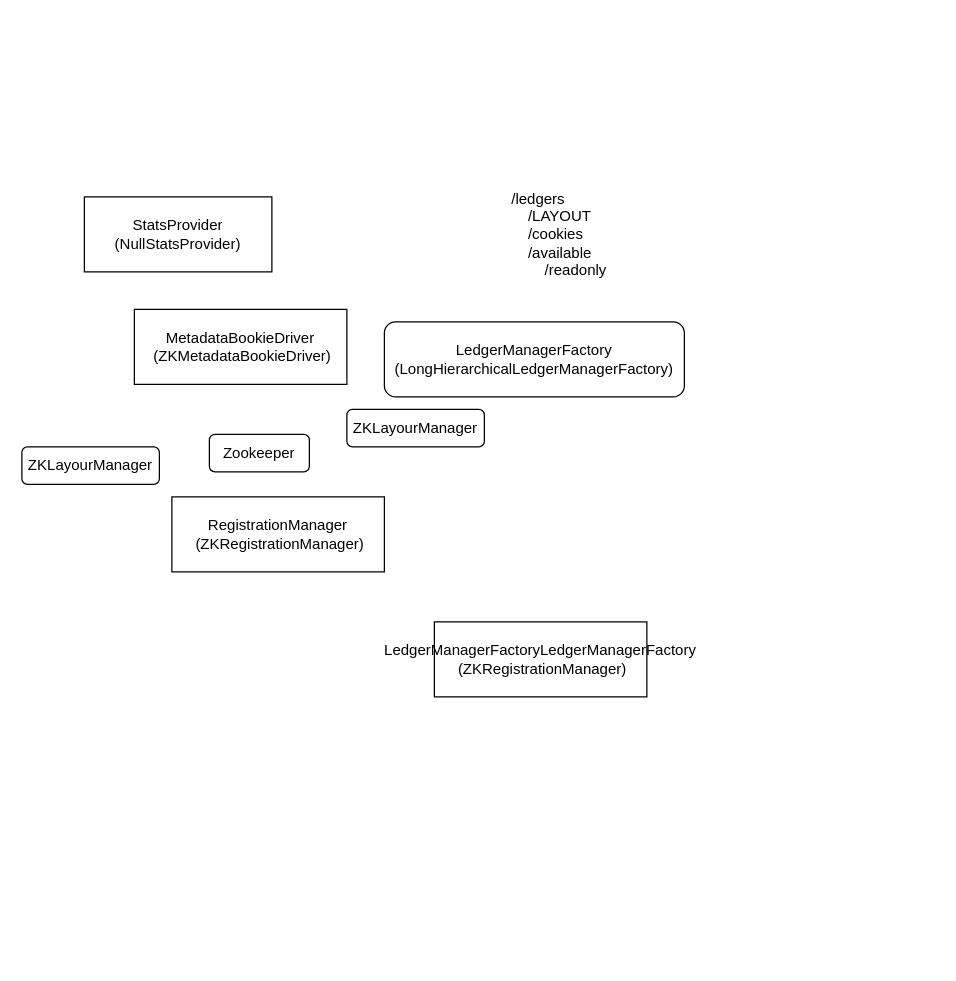
This is Untitled Diagram.drawio from Reidddddd/drawing, a draw.io file, before an edit. Source tidied: cells renumbered, new cells numbered last; positions are measured from the earlier drawing's top-left corner, leaving out a move shared by most shapes. Both pictures are drawn from the tidied source at 125%, with x=0, y=0 at pixel (21, 21).
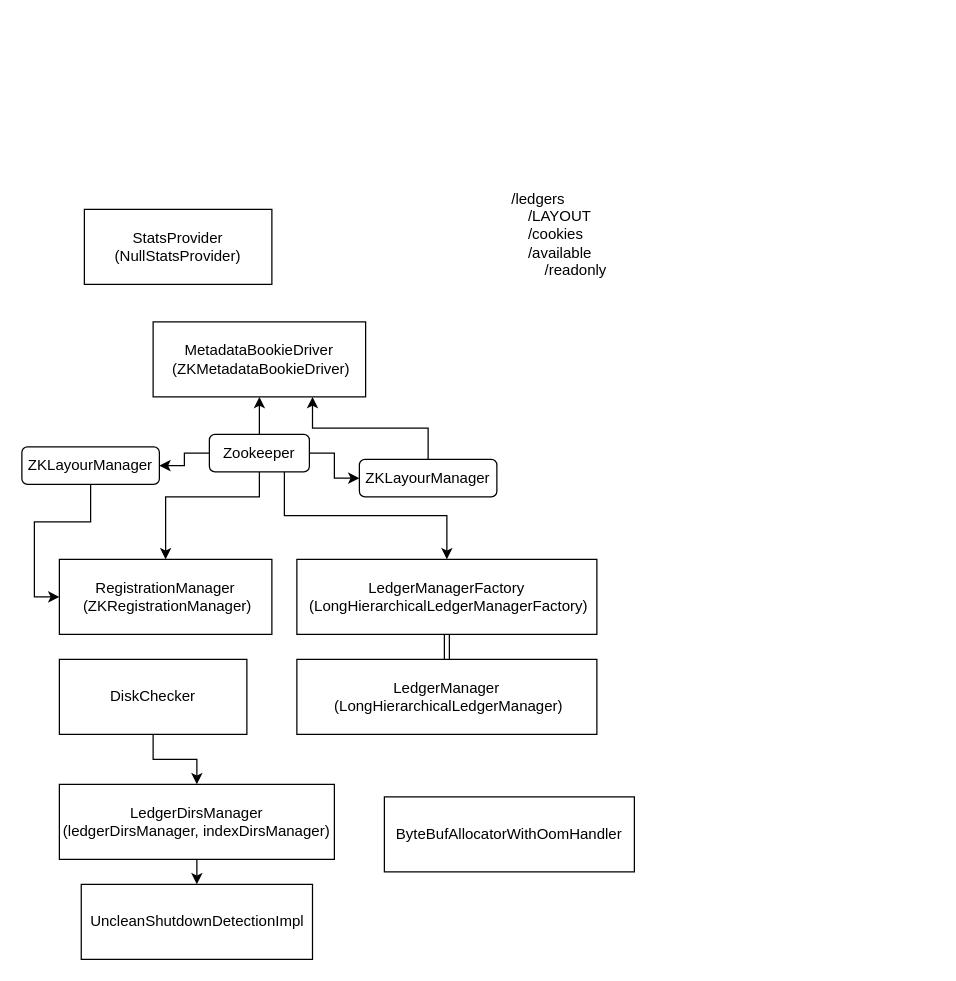
The same page after the edit.

Commit message:
Update progress: to UncleanShutdownDetectionImpl

The change refers to these unchanged cells:
```xml
<mxCell id="4" value="Zookeeper" style="rounded=1;whiteSpace=wrap;html=1;" parent="1" vertex="1">
  <mxGeometry x="150" y="330" width="80" height="30" as="geometry" />
</mxCell>
<mxCell id="8" value="ZKLayourManager" style="rounded=1;whiteSpace=wrap;html=1;" parent="1" vertex="1">
  <mxGeometry y="340" width="110" height="30" as="geometry" />
</mxCell>
```

Diff of the diagram source:
```diff
@@
     <mxCell id="2" value="StatsProvider (NullStatsProvider)" style="rounded=0;whiteSpace=wrap;html=1;" parent="1" vertex="1">
-      <mxGeometry x="50" y="140" width="150" height="60" as="geometry" />
+      <mxGeometry x="50" y="150" width="150" height="60" as="geometry" />
     </mxCell>
     <mxCell id="3" value="MetadataBookieDriver&lt;br&gt;&amp;nbsp;(ZKMetadataBookieDriver&lt;span style=&quot;background-color: initial;&quot;&gt;)&lt;/span&gt;" style="rounded=0;whiteSpace=wrap;html=1;" parent="1" vertex="1">
-      <mxGeometry x="90" y="230" width="170" height="60" as="geometry" />
+      <mxGeometry x="105" y="240" width="170" height="60" as="geometry" />
     </mxCell>
+    <mxCell id="11" style="edgeStyle=orthogonalEdgeStyle;rounded=0;jettySize=auto;html=1;exitX=0.5;exitY=0;exitDx=0;exitDy=0;" parent="1" edge="1" source="4" target="3">
+      <mxGeometry relative="1" as="geometry" />
+    </mxCell>
+    <mxCell id="12" style="edgeStyle=orthogonalEdgeStyle;rounded=0;jettySize=auto;html=1;exitX=0;exitY=0.5;exitDx=0;exitDy=0;entryX=1;entryY=0.5;entryDx=0;entryDy=0;" parent="1" edge="1" source="4" target="8">
+      <mxGeometry relative="1" as="geometry" />
+    </mxCell>
+    <mxCell id="13" style="edgeStyle=orthogonalEdgeStyle;rounded=0;jettySize=auto;html=1;exitX=0.5;exitY=1;exitDx=0;exitDy=0;entryX=0.5;entryY=0;entryDx=0;entryDy=0;" parent="1" edge="1" source="4" target="6">
+      <mxGeometry relative="1" as="geometry">
+        <Array as="points">
+          <mxPoint x="190" y="380" />
+        </Array>
+      </mxGeometry>
+    </mxCell>
+    <mxCell id="14" style="edgeStyle=orthogonalEdgeStyle;rounded=0;jettySize=auto;html=1;exitX=1;exitY=0.5;exitDx=0;exitDy=0;entryX=0;entryY=0.5;entryDx=0;entryDy=0;" parent="1" edge="1" source="4" target="5">
+      <mxGeometry relative="1" as="geometry" />
+    </mxCell>
+    <mxCell id="15" style="edgeStyle=orthogonalEdgeStyle;rounded=0;jettySize=auto;html=1;exitX=0.75;exitY=1;exitDx=0;exitDy=0;" parent="1" edge="1" source="4" target="9">
+      <mxGeometry relative="1" as="geometry" />
+    </mxCell>
@@
+    <mxCell id="16" style="edgeStyle=orthogonalEdgeStyle;rounded=0;jettySize=auto;html=1;exitX=0.5;exitY=0;exitDx=0;exitDy=0;entryX=0.75;entryY=1;entryDx=0;entryDy=0;" parent="1" edge="1" source="5" target="3">
+      <mxGeometry relative="1" as="geometry" />
+    </mxCell>
     <mxCell id="5" value="ZKLayourManager" style="rounded=1;whiteSpace=wrap;html=1;" parent="1" vertex="1">
-      <mxGeometry x="260" y="310" width="110" height="30" as="geometry" />
+      <mxGeometry x="270" y="350" width="110" height="30" as="geometry" />
     </mxCell>
     <mxCell id="6" value="RegistrationManager&lt;br&gt;&amp;nbsp;(ZKRegistrationManager&lt;span style=&quot;background-color: initial;&quot;&gt;)&lt;/span&gt;" style="rounded=0;whiteSpace=wrap;html=1;" parent="1" vertex="1">
-      <mxGeometry x="120" y="380" width="170" height="60" as="geometry" />
+      <mxGeometry x="30" y="430" width="170" height="60" as="geometry" />
     </mxCell>
@@
+    <mxCell id="17" style="edgeStyle=orthogonalEdgeStyle;rounded=0;jettySize=auto;html=1;exitX=0.5;exitY=1;exitDx=0;exitDy=0;entryX=0;entryY=0.5;entryDx=0;entryDy=0;" parent="1" edge="1" source="8" target="6">
+      <mxGeometry relative="1" as="geometry" />
+    </mxCell>
@@
+    <mxCell id="18" style="edgeStyle=orthogonalEdgeStyle;rounded=0;jettySize=auto;html=1;exitX=0.5;exitY=1;exitDx=0;exitDy=0;entryX=0.5;entryY=0;entryDx=0;entryDy=0;shape=link;" parent="1" edge="1" source="9" target="19">
+      <mxGeometry relative="1" as="geometry" />
+    </mxCell>
-    <mxCell id="9" value="LedgerManagerFactoryLedgerManagerFactory&lt;br&gt;&amp;nbsp;(ZKRegistrationManager&lt;span style=&quot;background-color: initial;&quot;&gt;)&lt;/span&gt;" style="rounded=0;whiteSpace=wrap;html=1;" parent="1" vertex="1">
-      <mxGeometry x="330" y="480" width="170" height="60" as="geometry" />
+    <mxCell id="9" value="LedgerManagerFactory&lt;br&gt;&amp;nbsp;(LongHierarchicalLedgerManagerFactory&lt;span style=&quot;background-color: initial;&quot;&gt;)&lt;/span&gt;" style="rounded=0;whiteSpace=wrap;html=1;" parent="1" vertex="1">
+      <mxGeometry x="220" y="430" width="240" height="60" as="geometry" />
     </mxCell>
-    <mxCell id="10" value="LedgerManagerFactory&lt;br&gt;(LongHierarchicalLedgerManagerFactory&lt;span style=&quot;background-color: initial;&quot;&gt;)&lt;/span&gt;" style="rounded=1;whiteSpace=wrap;html=1;" parent="1" vertex="1">
-      <mxGeometry x="290" y="240" width="240" height="60" as="geometry" />
-    </mxCell>
+    <mxCell id="19" value="LedgerManager&lt;br&gt;&amp;nbsp;(LongHierarchicalLedgerManager&lt;span style=&quot;background-color: initial;&quot;&gt;)&lt;/span&gt;" style="rounded=0;whiteSpace=wrap;html=1;" parent="1" vertex="1">
+      <mxGeometry x="220" y="510" width="240" height="60" as="geometry" />
+    </mxCell>
+    <mxCell id="20" style="edgeStyle=orthogonalEdgeStyle;rounded=0;jettySize=auto;html=1;exitX=0.5;exitY=1;exitDx=0;exitDy=0;entryX=0.5;entryY=0;entryDx=0;entryDy=0;" parent="1" edge="1" source="21" target="23">
+      <mxGeometry relative="1" as="geometry" />
+    </mxCell>
+    <mxCell id="21" value="DiskChecker" style="rounded=0;whiteSpace=wrap;html=1;" parent="1" vertex="1">
+      <mxGeometry x="30" y="510" width="150" height="60" as="geometry" />
+    </mxCell>
+    <mxCell id="22" style="edgeStyle=orthogonalEdgeStyle;rounded=0;jettySize=auto;html=1;exitX=0.5;exitY=1;exitDx=0;exitDy=0;entryX=0.5;entryY=0;entryDx=0;entryDy=0;" parent="1" edge="1" source="23" target="25">
+      <mxGeometry relative="1" as="geometry" />
+    </mxCell>
+    <mxCell id="23" value="LedgerDirsManager&lt;br&gt;(ledgerDirsManager,&amp;nbsp;indexDirsManager&lt;span style=&quot;background-color: initial;&quot;&gt;)&lt;/span&gt;" style="rounded=0;whiteSpace=wrap;html=1;" parent="1" vertex="1">
+      <mxGeometry x="30" y="610" width="220" height="60" as="geometry" />
+    </mxCell>
+    <mxCell id="24" value="ByteBufAllocatorWithOomHandler" style="rounded=0;whiteSpace=wrap;html=1;" parent="1" vertex="1">
+      <mxGeometry x="290" y="620" width="200" height="60" as="geometry" />
+    </mxCell>
+    <mxCell id="25" value="UncleanShutdownDetectionImpl" style="rounded=0;whiteSpace=wrap;html=1;" parent="1" vertex="1">
+      <mxGeometry x="47.5" y="690" width="185" height="60" as="geometry" />
+    </mxCell>
```
